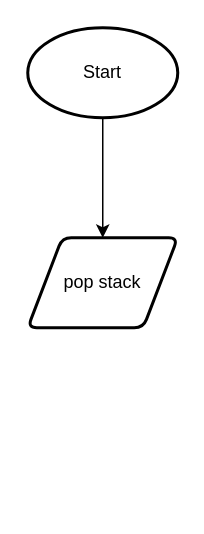
Above: design/flowchart1.drawio in Ethan-Prieur1/ics4u-unit2-02-typescript (draw.io), before the change. Source tidied: cells renumbered, new cells numbered last; positions are measured from the earlier drawing's top-left corner, leaving out a move shared by most shapes. Both pictures are drawn from the tidied source at 150%, with x=0, y=0 at pixel (27, 27).
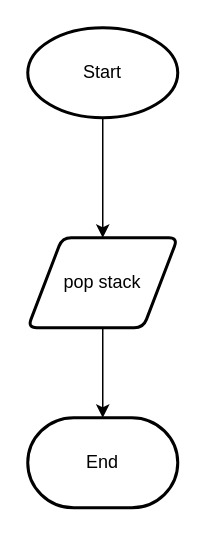
After the change.

The edit, as a diff of the source:
```diff
@@
 <mxGraphModel>
   <root>
     <mxCell id="0" />
     <mxCell id="1" parent="0" />
     <mxCell id="2" style="edgeStyle=none;html=1;" parent="1" edge="1" source="3" target="4">
       <mxGeometry relative="1" as="geometry" />
     </mxCell>
     <mxCell id="3" value="Start" style="strokeWidth=2;html=1;shape=mxgraph.flowchart.start_1;whiteSpace=wrap;" parent="1" vertex="1">
       <mxGeometry width="100" height="60" as="geometry" />
     </mxCell>
+    <mxCell id="5" style="edgeStyle=none;html=1;" parent="1" edge="1" source="4" target="6">
+      <mxGeometry relative="1" as="geometry" />
+    </mxCell>
     <mxCell id="4" value="pop stack" style="shape=parallelogram;html=1;strokeWidth=2;perimeter=parallelogramPerimeter;whiteSpace=wrap;rounded=1;arcSize=12;size=0.23;" parent="1" vertex="1">
       <mxGeometry y="140" width="100" height="60" as="geometry" />
     </mxCell>
+    <mxCell id="6" value="End&lt;br&gt;" style="strokeWidth=2;html=1;shape=mxgraph.flowchart.terminator;whiteSpace=wrap;" parent="1" vertex="1">
+      <mxGeometry y="260" width="100" height="60" as="geometry" />
+    </mxCell>
   </root>
 </mxGraphModel>
```
